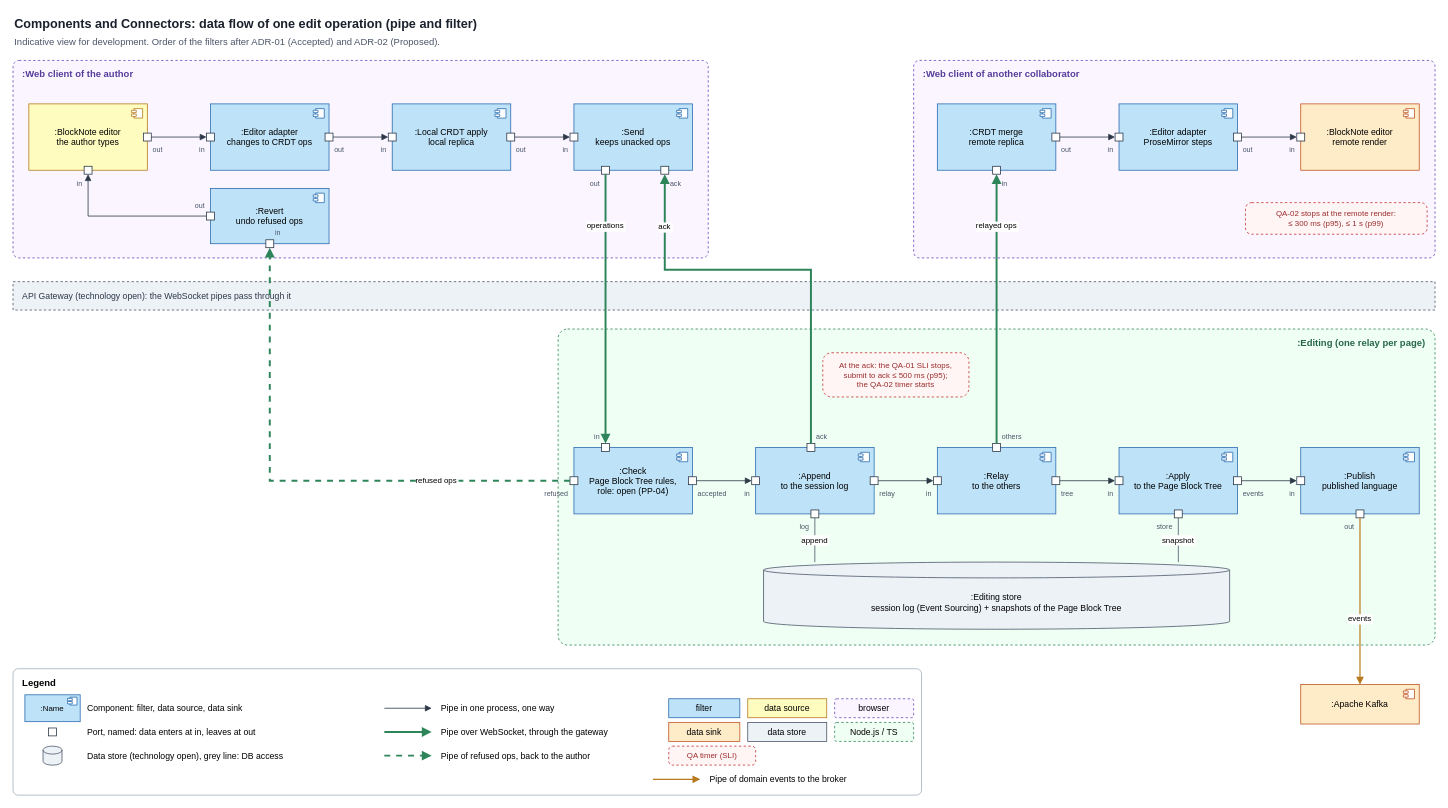
Earlier version of the draw.io diagram docs/assets/components-and-connectors/data-flow.drawio (Bending-Forks/gotion). Source tidied: cells renumbered, new cells numbered last; positions are measured from the earlier drawing's top-left corner, leaving out a move shared by most shapes. Both pictures are drawn from the tidied source at 79%, with x=0, y=0 at pixel (13, 13).
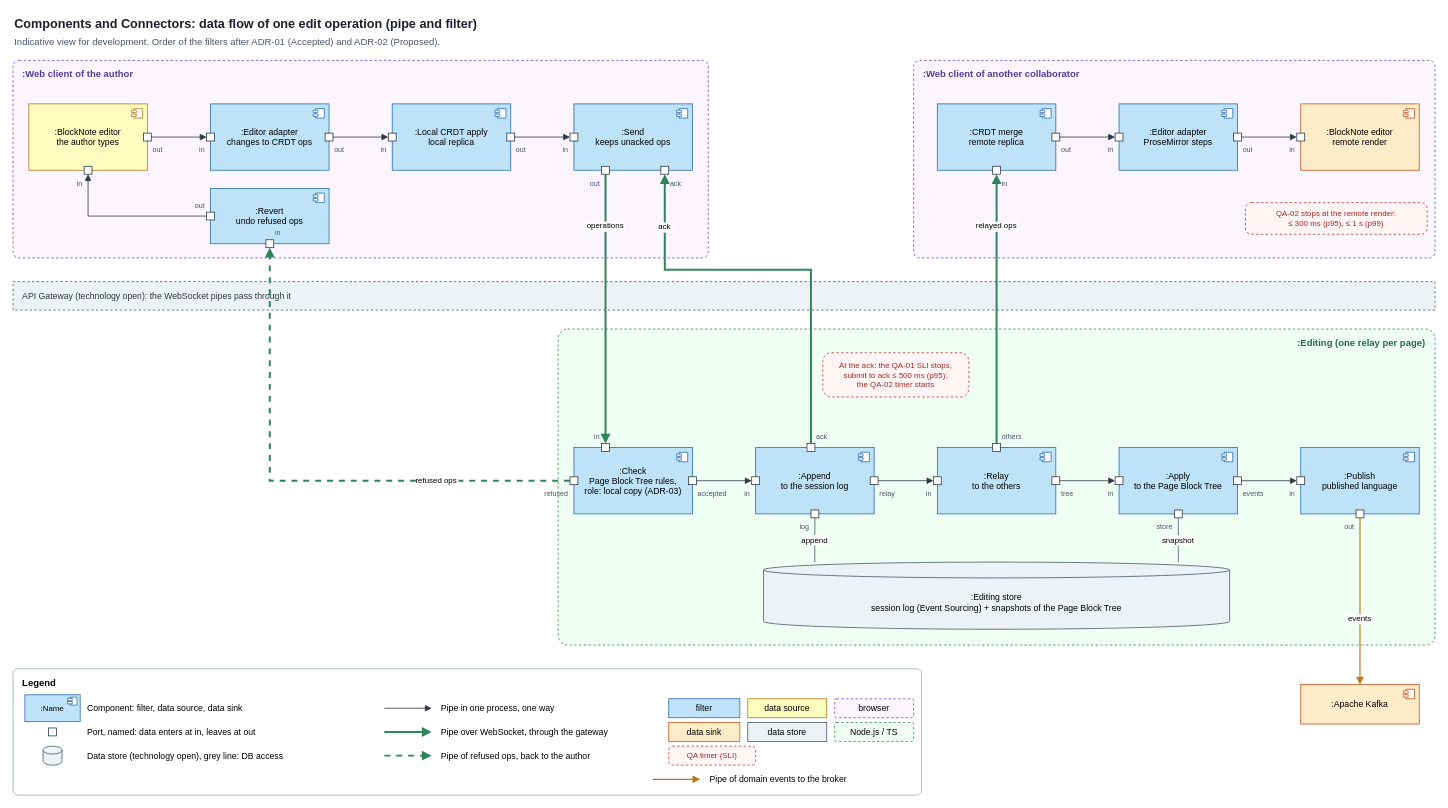
Above is the later version.

Diff of the diagram source:
```diff
@@
-    <mxCell id="24" value=":Check&#10;Page Block Tree rules,&#10;role: open (PP-04)" style="rounded=0;fillColor=#bee3f8;strokeColor=#2b6cb0;fontSize=11;verticalAlign=middle;html=0;" parent="1" vertex="1">
+    <mxCell id="24" value=":Check&#10;Page Block Tree rules,&#10;role: local copy (ADR-03)" style="rounded=0;fillColor=#bee3f8;strokeColor=#2b6cb0;fontSize=11;verticalAlign=middle;html=0;" parent="1" vertex="1">
       <mxGeometry x="710" y="550" width="150" height="84" as="geometry" />
     </mxCell>
```
